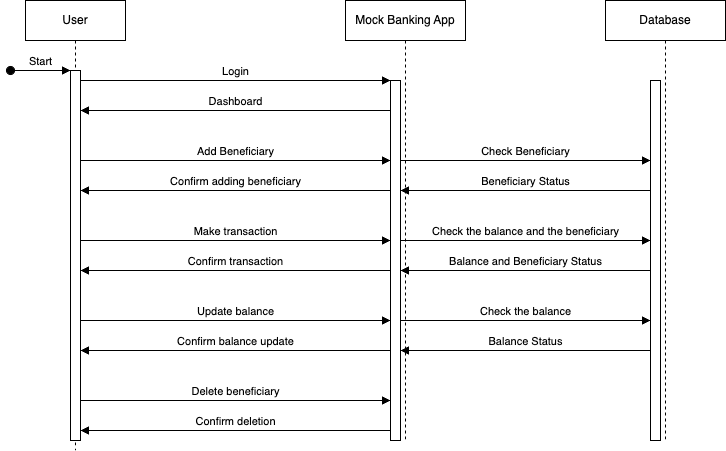
The draw.io diagram obitamockbank100.catalog.obita.tech/resources/userJourney.png in obita-tech/catalog, before a commit. Source tidied: cells renumbered, new cells last; positions are measured from the earlier drawing's top-left corner, leaving out a move shared by most shapes. Source of this version:
```xml
<mxGraphModel>
  <root>
    <mxCell id="0" />
    <mxCell id="1" parent="0" />
    <mxCell id="2" value="User" style="shape=umlLifeline;perimeter=lifelinePerimeter;whiteSpace=wrap;html=1;newEdgeStyle={&quot;edgeStyle&quot;:&quot;elbowEdgeStyle&quot;,&quot;elbow&quot;:&quot;vertical&quot;,&quot;curved&quot;:0,&quot;rounded&quot;:0};" parent="1" vertex="1">
      <mxGeometry x="15" width="100" height="450" as="geometry" />
    </mxCell>
    <mxCell id="3" style="html=1;points=[];perimeter=orthogonalPerimeter;outlineConnect=0;targetShapes=umlLifeline;portConstraint=eastwest;newEdgeStyle={&quot;edgeStyle&quot;:&quot;elbowEdgeStyle&quot;,&quot;elbow&quot;:&quot;vertical&quot;,&quot;curved&quot;:0,&quot;rounded&quot;:0};" parent="2" vertex="1">
      <mxGeometry x="45" y="70" width="10" height="370" as="geometry" />
    </mxCell>
    <mxCell id="4" value="Start" style="html=1;verticalAlign=bottom;startArrow=oval;endArrow=block;startSize=8;edgeStyle=elbowEdgeStyle;elbow=vertical;curved=0;rounded=0;" parent="2" edge="1" target="3">
      <mxGeometry relative="1" as="geometry">
        <mxPoint x="-15" y="70" as="sourcePoint" />
      </mxGeometry>
    </mxCell>
    <mxCell id="5" value="Mock Banking App" style="shape=umlLifeline;perimeter=lifelinePerimeter;whiteSpace=wrap;html=1;newEdgeStyle={&quot;edgeStyle&quot;:&quot;elbowEdgeStyle&quot;,&quot;elbow&quot;:&quot;vertical&quot;,&quot;curved&quot;:0,&quot;rounded&quot;:0};size=40;" parent="1" vertex="1">
      <mxGeometry x="335" width="120" height="440" as="geometry" />
    </mxCell>
    <mxCell id="6" style="html=1;points=[];perimeter=orthogonalPerimeter;outlineConnect=0;targetShapes=umlLifeline;portConstraint=eastwest;newEdgeStyle={&quot;edgeStyle&quot;:&quot;elbowEdgeStyle&quot;,&quot;elbow&quot;:&quot;vertical&quot;,&quot;curved&quot;:0,&quot;rounded&quot;:0};" parent="5" vertex="1">
      <mxGeometry x="45" y="80" width="10" height="360" as="geometry" />
    </mxCell>
    <mxCell id="7" value="Login" style="html=1;verticalAlign=bottom;endArrow=block;edgeStyle=elbowEdgeStyle;elbow=vertical;curved=0;rounded=0;" parent="1" edge="1" source="3" target="6">
      <mxGeometry relative="1" as="geometry">
        <Array as="points">
          <mxPoint x="175" y="80" />
        </Array>
      </mxGeometry>
    </mxCell>
    <mxCell id="8" value="Dashboard" style="html=1;verticalAlign=bottom;endArrow=block;edgeStyle=elbowEdgeStyle;elbow=vertical;curved=0;rounded=0;" parent="1" edge="1" source="6" target="3">
      <mxGeometry relative="1" as="geometry">
        <Array as="points">
          <mxPoint x="135" y="110" />
          <mxPoint x="315" y="110" />
          <mxPoint x="185" y="120" />
        </Array>
      </mxGeometry>
    </mxCell>
    <mxCell id="9" value="Database" style="shape=umlLifeline;perimeter=lifelinePerimeter;whiteSpace=wrap;html=1;newEdgeStyle={&quot;edgeStyle&quot;:&quot;elbowEdgeStyle&quot;,&quot;elbow&quot;:&quot;vertical&quot;,&quot;curved&quot;:0,&quot;rounded&quot;:0};" parent="1" vertex="1">
      <mxGeometry x="595" width="120" height="440" as="geometry" />
    </mxCell>
    <mxCell id="10" style="html=1;points=[];perimeter=orthogonalPerimeter;outlineConnect=0;targetShapes=umlLifeline;portConstraint=eastwest;newEdgeStyle={&quot;edgeStyle&quot;:&quot;elbowEdgeStyle&quot;,&quot;elbow&quot;:&quot;vertical&quot;,&quot;curved&quot;:0,&quot;rounded&quot;:0};" parent="9" vertex="1">
      <mxGeometry x="45" y="80" width="10" height="360" as="geometry" />
    </mxCell>
    <mxCell id="11" value="Add Beneficiary" style="html=1;verticalAlign=bottom;endArrow=block;edgeStyle=elbowEdgeStyle;elbow=vertical;curved=0;rounded=0;" parent="1" edge="1" source="3" target="6">
      <mxGeometry relative="1" as="geometry">
        <Array as="points">
          <mxPoint x="285" y="160" />
          <mxPoint x="190" y="190" />
        </Array>
      </mxGeometry>
    </mxCell>
    <mxCell id="12" value="Check Beneficiary" style="html=1;verticalAlign=bottom;endArrow=block;edgeStyle=elbowEdgeStyle;elbow=horizontal;curved=0;rounded=0;" parent="1" edge="1" source="6" target="10">
      <mxGeometry relative="1" as="geometry">
        <Array as="points">
          <mxPoint x="585" y="160" />
          <mxPoint x="510" y="190" />
        </Array>
      </mxGeometry>
    </mxCell>
    <mxCell id="13" value="Beneficiary Status" style="html=1;verticalAlign=bottom;endArrow=block;edgeStyle=elbowEdgeStyle;elbow=vertical;curved=0;rounded=0;" parent="1" edge="1" source="10" target="6">
      <mxGeometry relative="1" as="geometry">
        <Array as="points">
          <mxPoint x="585" y="190" />
          <mxPoint x="435" y="220" />
        </Array>
      </mxGeometry>
    </mxCell>
    <mxCell id="14" value="Confirm adding beneficiary" style="html=1;verticalAlign=bottom;endArrow=block;edgeStyle=elbowEdgeStyle;elbow=vertical;curved=0;rounded=0;" parent="1" edge="1" source="6" target="3">
      <mxGeometry relative="1" as="geometry">
        <Array as="points">
          <mxPoint x="325" y="190" />
          <mxPoint x="160" y="230" />
        </Array>
      </mxGeometry>
    </mxCell>
    <mxCell id="15" value="Make transaction" style="html=1;verticalAlign=bottom;endArrow=block;edgeStyle=elbowEdgeStyle;elbow=vertical;curved=0;rounded=0;" parent="1" edge="1" source="3" target="6">
      <mxGeometry relative="1" as="geometry">
        <Array as="points">
          <mxPoint x="285" y="240" />
          <mxPoint x="190" y="270" />
        </Array>
      </mxGeometry>
    </mxCell>
    <mxCell id="16" value="Check the balance and the beneficiary" style="html=1;verticalAlign=bottom;endArrow=block;edgeStyle=elbowEdgeStyle;elbow=horizontal;curved=0;rounded=0;" parent="1" edge="1" source="6" target="10">
      <mxGeometry relative="1" as="geometry">
        <Array as="points">
          <mxPoint x="595" y="240" />
          <mxPoint x="520" y="270" />
        </Array>
      </mxGeometry>
    </mxCell>
    <mxCell id="17" value="Balance and Beneficiary Status" style="html=1;verticalAlign=bottom;endArrow=block;edgeStyle=elbowEdgeStyle;elbow=vertical;curved=0;rounded=0;" parent="1" edge="1" source="10" target="6">
      <mxGeometry relative="1" as="geometry">
        <Array as="points">
          <mxPoint x="570" y="270" />
          <mxPoint x="420" y="300" />
        </Array>
      </mxGeometry>
    </mxCell>
    <mxCell id="18" value="Confirm transaction" style="html=1;verticalAlign=bottom;endArrow=block;edgeStyle=elbowEdgeStyle;elbow=vertical;curved=0;rounded=0;" parent="1" edge="1" source="6" target="3">
      <mxGeometry relative="1" as="geometry">
        <Array as="points">
          <mxPoint x="335" y="270" />
          <mxPoint x="170" y="310" />
        </Array>
      </mxGeometry>
    </mxCell>
    <mxCell id="19" value="Update balance" style="html=1;verticalAlign=bottom;endArrow=block;edgeStyle=elbowEdgeStyle;elbow=vertical;curved=0;rounded=0;" parent="1" edge="1" source="3" target="6">
      <mxGeometry relative="1" as="geometry">
        <Array as="points">
          <mxPoint x="280" y="320" />
          <mxPoint x="185" y="350" />
        </Array>
      </mxGeometry>
    </mxCell>
    <mxCell id="20" value="Check the balance" style="html=1;verticalAlign=bottom;endArrow=block;edgeStyle=elbowEdgeStyle;elbow=horizontal;curved=0;rounded=0;" parent="1" edge="1" source="6" target="10">
      <mxGeometry relative="1" as="geometry">
        <Array as="points">
          <mxPoint x="605" y="320" />
          <mxPoint x="530" y="350" />
        </Array>
      </mxGeometry>
    </mxCell>
    <mxCell id="21" value="Balance Status" style="html=1;verticalAlign=bottom;endArrow=block;edgeStyle=elbowEdgeStyle;elbow=vertical;curved=0;rounded=0;" parent="1" edge="1" source="10" target="6">
      <mxGeometry relative="1" as="geometry">
        <Array as="points">
          <mxPoint x="565" y="350" />
          <mxPoint x="415" y="380" />
        </Array>
      </mxGeometry>
    </mxCell>
    <mxCell id="22" value="Confirm balance update" style="html=1;verticalAlign=bottom;endArrow=block;edgeStyle=elbowEdgeStyle;elbow=vertical;curved=0;rounded=0;" parent="1" edge="1" source="6" target="3">
      <mxGeometry relative="1" as="geometry">
        <Array as="points">
          <mxPoint x="330" y="350" />
          <mxPoint x="165" y="390" />
        </Array>
      </mxGeometry>
    </mxCell>
    <mxCell id="23" value="Delete beneficiary" style="html=1;verticalAlign=bottom;endArrow=block;edgeStyle=elbowEdgeStyle;elbow=vertical;curved=0;rounded=0;" parent="1" edge="1" source="3" target="6">
      <mxGeometry relative="1" as="geometry">
        <Array as="points">
          <mxPoint x="285" y="400" />
          <mxPoint x="190" y="430" />
        </Array>
      </mxGeometry>
    </mxCell>
    <mxCell id="24" value="Confirm deletion" style="html=1;verticalAlign=bottom;endArrow=block;edgeStyle=elbowEdgeStyle;elbow=vertical;curved=0;rounded=0;" parent="1" edge="1" source="6" target="3">
      <mxGeometry relative="1" as="geometry">
        <Array as="points">
          <mxPoint x="335" y="430" />
          <mxPoint x="170" y="470" />
        </Array>
      </mxGeometry>
    </mxCell>
  </root>
</mxGraphModel>
```
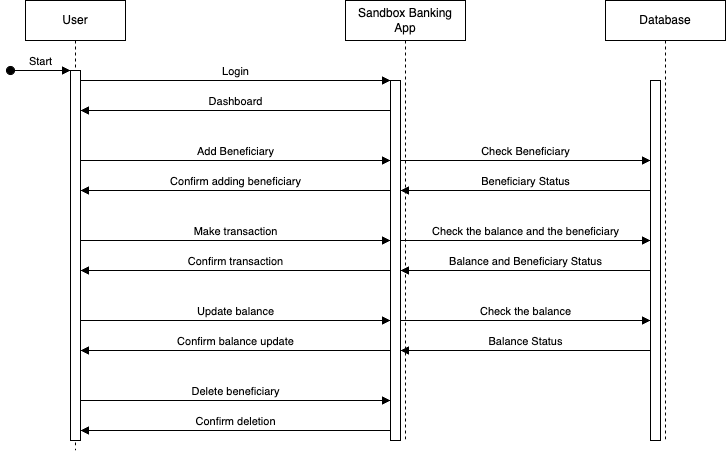
After the change.

Change to the diagram source:
```diff
@@ -13,7 +13,7 @@
         <mxPoint x="-15" y="70" as="sourcePoint" />
       </mxGeometry>
     </mxCell>
-    <mxCell id="5" value="Mock Banking App" style="shape=umlLifeline;perimeter=lifelinePerimeter;whiteSpace=wrap;html=1;newEdgeStyle={&quot;edgeStyle&quot;:&quot;elbowEdgeStyle&quot;,&quot;elbow&quot;:&quot;vertical&quot;,&quot;curved&quot;:0,&quot;rounded&quot;:0};size=40;" parent="1" vertex="1">
+    <mxCell id="5" value="Sandbox Banking App" style="shape=umlLifeline;perimeter=lifelinePerimeter;whiteSpace=wrap;html=1;newEdgeStyle={&quot;edgeStyle&quot;:&quot;elbowEdgeStyle&quot;,&quot;elbow&quot;:&quot;vertical&quot;,&quot;curved&quot;:0,&quot;rounded&quot;:0};size=40;" parent="1" vertex="1">
       <mxGeometry x="335" width="120" height="440" as="geometry" />
     </mxCell>
     <mxCell id="6" style="html=1;points=[];perimeter=orthogonalPerimeter;outlineConnect=0;targetShapes=umlLifeline;portConstraint=eastwest;newEdgeStyle={&quot;edgeStyle&quot;:&quot;elbowEdgeStyle&quot;,&quot;elbow&quot;:&quot;vertical&quot;,&quot;curved&quot;:0,&quot;rounded&quot;:0};" parent="5" vertex="1">
```
